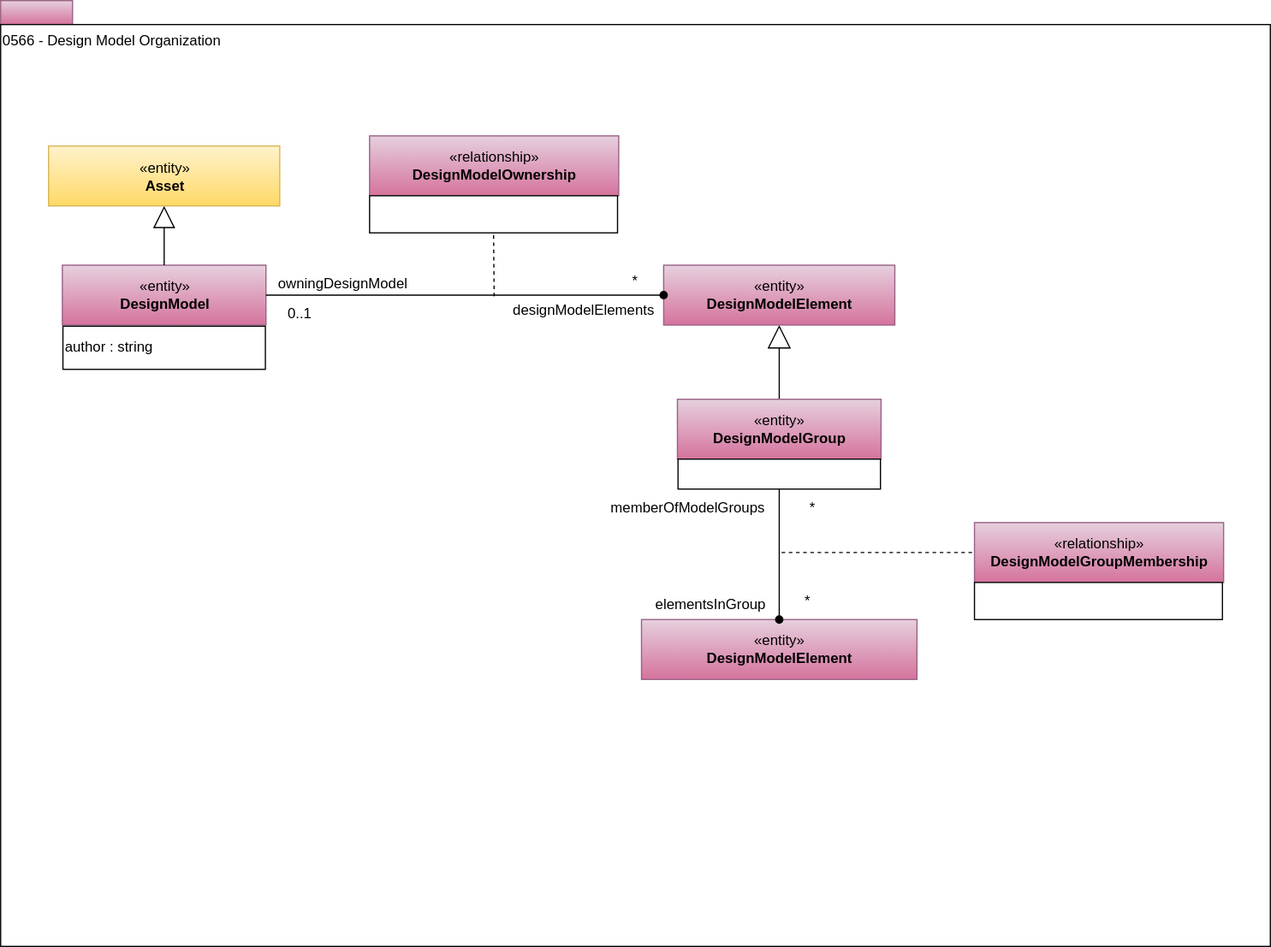
Before: site/docs/types/5/0566-Design-Model-Organization.svg, a diagram exported from draw.io (odpi/egeria-docs). Source tidied: cells renumbered, new cells last; positions are measured from the earlier drawing's top-left corner, leaving out a move shared by most shapes.
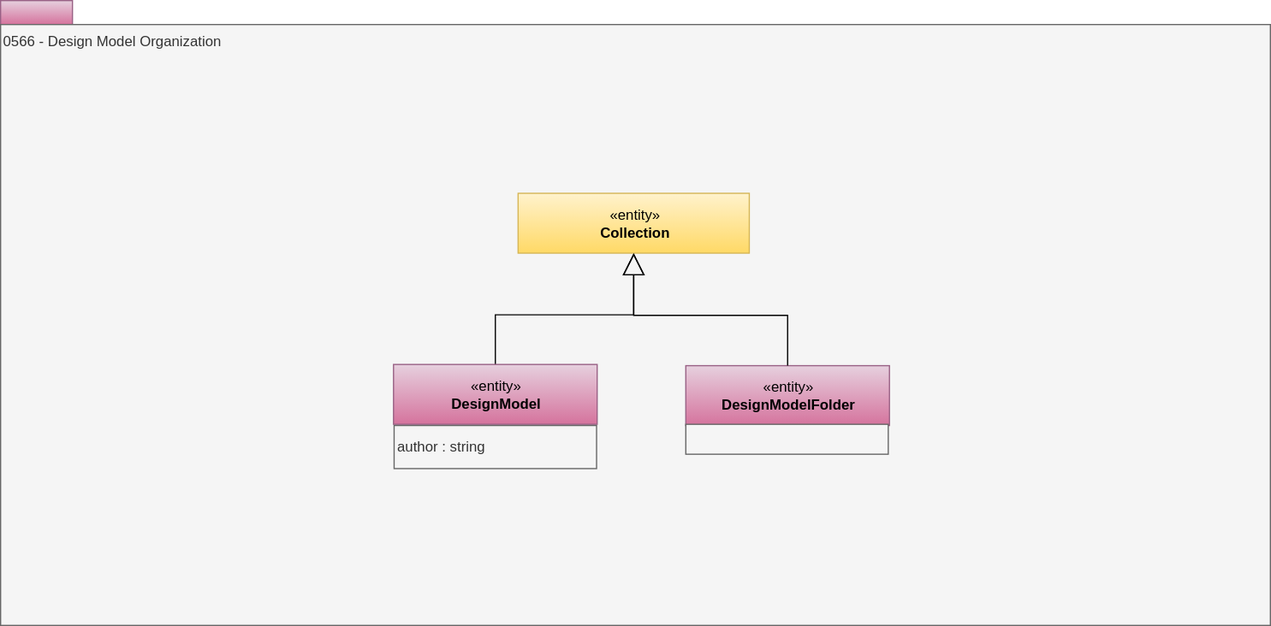
The same file after the commit.

Change to the diagram source:
```diff
@@ -5,96 +5,29 @@
     <mxCell id="2" style="rounded=0;whiteSpace=wrap;html=1;align=left;fillColor=#e6d0de;strokeColor=#996185;gradientColor=#d5739d;" parent="1" vertex="1">
       <mxGeometry width="60" height="20" as="geometry" />
     </mxCell>
-    <mxCell id="3" value="0566 - Design Model Organization" style="rounded=0;whiteSpace=wrap;html=1;align=left;verticalAlign=top;" parent="1" vertex="1">
-      <mxGeometry y="20" width="1060" height="770" as="geometry" />
+    <mxCell id="3" value="0566 - Design Model Organization" style="rounded=0;whiteSpace=wrap;html=1;align=left;verticalAlign=top;fillColor=#f5f5f5;fontColor=#333333;strokeColor=#666666;" parent="1" vertex="1">
+      <mxGeometry y="20" width="1060" height="502" as="geometry" />
     </mxCell>
-    <mxCell id="4" value="«entity»&lt;br&gt;&lt;b&gt;DesignModelElement&lt;/b&gt;" style="html=1;strokeColor=#996185;align=center;fillColor=#e6d0de;gradientColor=#d5739d;" parent="1" vertex="1">
-      <mxGeometry x="535" y="517" width="230" height="50" as="geometry" />
+    <mxCell id="4" style="edgeStyle=orthogonalEdgeStyle;rounded=0;jettySize=auto;html=1;exitX=0.5;exitY=0;exitDx=0;exitDy=0;endArrow=block;endFill=0;endSize=16;" parent="1" edge="1" source="5" target="9">
+      <mxGeometry relative="1" as="geometry" />
     </mxCell>
-    <mxCell id="5" value="0..1" style="text;html=1;strokeColor=none;fillColor=none;align=center;verticalAlign=middle;whiteSpace=wrap;rounded=0;" parent="1" vertex="1">
-      <mxGeometry x="229.5" y="251.5" width="40" height="20" as="geometry" />
+    <mxCell id="5" value="«entity»&lt;br&gt;&lt;b&gt;DesignModel&lt;/b&gt;" style="html=1;strokeColor=#996185;align=center;fillColor=#e6d0de;gradientColor=#d5739d;" parent="1" vertex="1">
+      <mxGeometry x="328" y="304" width="170" height="50" as="geometry" />
     </mxCell>
-    <mxCell id="6" value="«relationship»&lt;br&gt;&lt;b&gt;DesignModelOwnership&lt;/b&gt;" style="html=1;strokeColor=#996185;align=center;fillColor=#e6d0de;gradientColor=#d5739d;" parent="1" vertex="1">
-      <mxGeometry x="308" y="113" width="208" height="50" as="geometry" />
+    <mxCell id="6" value="author : string&lt;span&gt;&lt;br&gt;&lt;/span&gt;" style="rounded=0;whiteSpace=wrap;html=1;strokeColor=#666666;align=left;fillColor=#f5f5f5;fontColor=#333333;" parent="1" vertex="1">
+      <mxGeometry x="328.5" y="355" width="169" height="36" as="geometry" />
     </mxCell>
-    <mxCell id="7" style="endArrow=none;dashed=1;html=1;entryX=0.5;entryY=1;entryDx=0;entryDy=0;" parent="1" edge="1" target="8">
-      <mxGeometry relative="1" as="geometry">
-        <mxPoint x="412" y="247" as="sourcePoint" />
-      </mxGeometry>
+    <mxCell id="7" value="«entity»&lt;br&gt;&lt;b&gt;DesignModelFolder&lt;/b&gt;" style="html=1;strokeColor=#996185;align=center;fillColor=#e6d0de;gradientColor=#d5739d;" parent="1" vertex="1">
+      <mxGeometry x="572" y="305" width="170" height="50" as="geometry" />
     </mxCell>
-    <mxCell id="8" value="&lt;div style=&quot;text-align: left&quot;&gt;&lt;br&gt;&lt;/div&gt;" style="rounded=0;whiteSpace=wrap;html=1;strokeColor=#000000;gradientColor=#ffffff;align=left;" parent="1" vertex="1">
-      <mxGeometry x="308" y="163" width="207" height="31" as="geometry" />
+    <mxCell id="8" value="&lt;span&gt;&lt;br&gt;&lt;/span&gt;" style="rounded=0;whiteSpace=wrap;html=1;strokeColor=#666666;align=left;fillColor=#f5f5f5;fontColor=#333333;" parent="1" vertex="1">
+      <mxGeometry x="572" y="354" width="169" height="25" as="geometry" />
     </mxCell>
-    <mxCell id="9" value="*" style="text;html=1;strokeColor=none;fillColor=none;align=center;verticalAlign=middle;whiteSpace=wrap;rounded=0;" parent="1" vertex="1">
-      <mxGeometry x="510" y="225.2" width="40" height="20" as="geometry" />
+    <mxCell id="9" value="«entity»&lt;br&gt;&lt;b&gt;Collection&lt;/b&gt;" style="html=1;strokeColor=#d6b656;align=center;fillColor=#fff2cc;gradientColor=#ffd966;" parent="1" vertex="1">
+      <mxGeometry x="432" y="161" width="193" height="50" as="geometry" />
     </mxCell>
-    <mxCell id="10" value="«entity»&lt;br&gt;&lt;b&gt;DesignModel&lt;/b&gt;" style="html=1;strokeColor=#996185;align=center;fillColor=#e6d0de;gradientColor=#d5739d;" parent="1" vertex="1">
-      <mxGeometry x="51.5" y="221" width="170" height="50" as="geometry" />
+    <mxCell id="10" style="edgeStyle=orthogonalEdgeStyle;rounded=0;jettySize=auto;html=1;exitX=0.5;exitY=0;exitDx=0;exitDy=0;endArrow=block;endFill=0;endSize=16;entryX=0.5;entryY=1;entryDx=0;entryDy=0;" parent="1" edge="1" source="7" target="9">
+      <mxGeometry relative="1" as="geometry" />
     </mxCell>
-    <mxCell id="11" value="author : string&lt;span&gt;&lt;br&gt;&lt;/span&gt;" style="rounded=0;whiteSpace=wrap;html=1;strokeColor=#000000;gradientColor=#ffffff;align=left;" parent="1" vertex="1">
-      <mxGeometry x="52" y="272" width="169" height="36" as="geometry" />
-    </mxCell>
-    <mxCell id="12" style="edgeStyle=orthogonalEdgeStyle;rounded=0;jettySize=auto;html=1;endArrow=block;endFill=0;endSize=16;entryX=0.5;entryY=1;entryDx=0;entryDy=0;" parent="1" edge="1" source="10" target="26">
-      <mxGeometry relative="1" as="geometry">
-        <Array as="points">
-          <mxPoint x="137" y="205.5" />
-          <mxPoint x="137" y="205.5" />
-        </Array>
-      </mxGeometry>
-    </mxCell>
-    <mxCell id="13" style="edgeStyle=orthogonalEdgeStyle;rounded=0;jettySize=auto;html=1;exitX=0.5;exitY=0;exitDx=0;exitDy=0;entryX=0.5;entryY=1;entryDx=0;entryDy=0;endArrow=block;endFill=0;endSize=17;" parent="1" edge="1" source="14" target="25">
-      <mxGeometry relative="1" as="geometry" />
-    </mxCell>
-    <mxCell id="14" value="«entity»&lt;br&gt;&lt;b&gt;DesignModelGroup&lt;/b&gt;" style="html=1;strokeColor=#996185;align=center;fillColor=#e6d0de;gradientColor=#d5739d;" parent="1" vertex="1">
-      <mxGeometry x="565" y="333" width="170" height="50" as="geometry" />
-    </mxCell>
-    <mxCell id="15" value="&lt;span&gt;&lt;br&gt;&lt;/span&gt;" style="rounded=0;whiteSpace=wrap;html=1;strokeColor=#000000;gradientColor=#ffffff;align=left;" parent="1" vertex="1">
-      <mxGeometry x="565.5" y="383" width="169" height="25" as="geometry" />
-    </mxCell>
-    <mxCell id="16" value="owningDesignModel" style="text;html=1;align=left;verticalAlign=top;spacingTop=-4;" parent="1" vertex="1">
-      <mxGeometry x="229.5" y="227" width="118" height="14" as="geometry" />
-    </mxCell>
-    <mxCell id="17" value="designModelElements" style="text;html=1;align=left;verticalAlign=top;spacingTop=-4;fontColor=#000000;" parent="1" vertex="1">
-      <mxGeometry x="425.5" y="249" width="128" height="14" as="geometry" />
-    </mxCell>
-    <mxCell id="18" value="elementsInGroup" style="text;html=1;align=left;verticalAlign=top;spacingTop=-4;fontColor=#000000;" parent="1" vertex="1">
-      <mxGeometry x="545" y="495" width="102" height="14" as="geometry" />
-    </mxCell>
-    <mxCell id="19" value="«relationship»&lt;br&gt;&lt;b&gt;DesignModelGroupMembership&lt;/b&gt;" style="html=1;strokeColor=#996185;align=center;fillColor=#e6d0de;gradientColor=#d5739d;" parent="1" vertex="1">
-      <mxGeometry x="813" y="436" width="208" height="50" as="geometry" />
-    </mxCell>
-    <mxCell id="20" style="endArrow=none;dashed=1;html=1;entryX=0;entryY=0.5;entryDx=0;entryDy=0;" parent="1" edge="1" target="19">
-      <mxGeometry relative="1" as="geometry">
-        <mxPoint x="652" y="461" as="sourcePoint" />
-      </mxGeometry>
-    </mxCell>
-    <mxCell id="21" value="&lt;div style=&quot;text-align: left&quot;&gt;&lt;br&gt;&lt;/div&gt;" style="rounded=0;whiteSpace=wrap;html=1;strokeColor=#000000;gradientColor=#ffffff;align=left;" parent="1" vertex="1">
-      <mxGeometry x="813" y="486" width="207" height="31" as="geometry" />
-    </mxCell>
-    <mxCell id="22" value="memberOfModelGroups" style="text;html=1;strokeColor=none;fillColor=none;align=center;verticalAlign=middle;whiteSpace=wrap;rounded=0;" parent="1" vertex="1">
-      <mxGeometry x="528" y="414" width="92" height="20" as="geometry" />
-    </mxCell>
-    <mxCell id="23" value="*" style="text;html=1;strokeColor=none;fillColor=none;align=center;verticalAlign=middle;whiteSpace=wrap;rounded=0;" parent="1" vertex="1">
-      <mxGeometry x="657.5" y="414" width="40" height="20" as="geometry" />
-    </mxCell>
-    <mxCell id="24" value="*" style="text;html=1;strokeColor=none;fillColor=none;align=center;verticalAlign=middle;whiteSpace=wrap;rounded=0;" parent="1" vertex="1">
-      <mxGeometry x="654" y="492" width="40" height="20" as="geometry" />
-    </mxCell>
-    <mxCell id="25" value="«entity»&lt;br&gt;&lt;b&gt;DesignModelElement&lt;/b&gt;" style="html=1;strokeColor=#996185;align=center;fillColor=#e6d0de;gradientColor=#d5739d;" parent="1" vertex="1">
-      <mxGeometry x="553.5" y="221" width="193" height="50" as="geometry" />
-    </mxCell>
-    <mxCell id="26" value="«entity»&lt;br&gt;&lt;b&gt;Asset&lt;/b&gt;" style="html=1;strokeColor=#d6b656;align=center;fillColor=#fff2cc;gradientColor=#ffd966;" parent="1" vertex="1">
-      <mxGeometry x="40" y="121.5" width="193" height="50" as="geometry" />
-    </mxCell>
-    <mxCell id="27" style="edgeStyle=orthogonalEdgeStyle;rounded=0;jettySize=auto;html=1;endArrow=oval;endFill=1;entryX=0;entryY=0.5;entryDx=0;entryDy=0;" parent="1" edge="1" source="10" target="25">
-      <mxGeometry relative="1" as="geometry">
-        <Array as="points">
-          <mxPoint x="554" y="247" />
-        </Array>
-      </mxGeometry>
-    </mxCell>
-    <mxCell id="28" style="edgeStyle=orthogonalEdgeStyle;rounded=0;jettySize=auto;html=1;endArrow=none;endFill=0;startArrow=oval;startFill=1;" parent="1" edge="1" source="4" target="15">
-      <mxGeometry relative="1" as="geometry" />
-    </mxCell>
   </root>
 </mxGraphModel>
```
